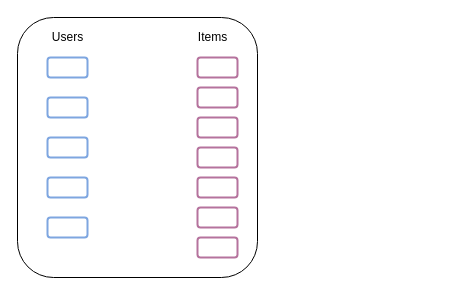
Before: GCN.drawio in hqius/draw, a draw.io diagram. Source tidied: cells renumbered, new cells numbered last; positions are measured from the earlier drawing's top-left corner, leaving out a move shared by most shapes. Both pictures are drawn from the tidied source at 100%, with x=0, y=0 at pixel (17, 17).
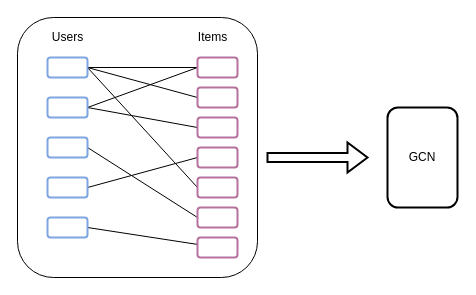
The same page after the edit.

The change refers to these unchanged cells:
```xml
<mxCell id="3" style="rounded=1;whiteSpace=wrap;html=1;strokeColor=#7EA6E0;strokeWidth=2;" parent="1" vertex="1">
  <mxGeometry x="30" y="40" width="40" height="20" as="geometry" />
</mxCell>
<mxCell id="4" style="rounded=1;whiteSpace=wrap;html=1;strokeColor=#7EA6E0;strokeWidth=2;" parent="1" vertex="1">
  <mxGeometry x="30" y="80" width="40" height="20" as="geometry" />
</mxCell>
<mxCell id="5" style="rounded=1;whiteSpace=wrap;html=1;strokeColor=#7EA6E0;strokeWidth=2;" parent="1" vertex="1">
  <mxGeometry x="30" y="120" width="40" height="20" as="geometry" />
</mxCell>
<mxCell id="6" style="rounded=1;whiteSpace=wrap;html=1;strokeColor=#7EA6E0;strokeWidth=2;" parent="1" vertex="1">
  <mxGeometry x="30" y="160" width="40" height="20" as="geometry" />
</mxCell>
<mxCell id="7" style="rounded=1;whiteSpace=wrap;html=1;strokeColor=#7EA6E0;strokeWidth=2;" parent="1" vertex="1">
  <mxGeometry x="30" y="200" width="40" height="20" as="geometry" />
</mxCell>
<mxCell id="9" style="rounded=1;whiteSpace=wrap;html=1;strokeWidth=2;strokeColor=#B5739D;" parent="1" vertex="1">
  <mxGeometry x="180" y="40" width="40" height="20" as="geometry" />
</mxCell>
<mxCell id="10" style="rounded=1;whiteSpace=wrap;html=1;strokeWidth=2;strokeColor=#B5739D;" parent="1" vertex="1">
  <mxGeometry x="180" y="70" width="40" height="20" as="geometry" />
</mxCell>
<mxCell id="11" style="rounded=1;whiteSpace=wrap;html=1;strokeWidth=2;strokeColor=#B5739D;" parent="1" vertex="1">
  <mxGeometry x="180" y="100" width="40" height="20" as="geometry" />
</mxCell>
<mxCell id="12" style="rounded=1;whiteSpace=wrap;html=1;strokeWidth=2;strokeColor=#B5739D;" parent="1" vertex="1">
  <mxGeometry x="180" y="130" width="40" height="20" as="geometry" />
</mxCell>
<mxCell id="13" style="rounded=1;whiteSpace=wrap;html=1;strokeWidth=2;strokeColor=#B5739D;" parent="1" vertex="1">
  <mxGeometry x="180" y="160" width="40" height="20" as="geometry" />
</mxCell>
<mxCell id="14" style="rounded=1;whiteSpace=wrap;html=1;strokeWidth=2;strokeColor=#B5739D;" parent="1" vertex="1">
  <mxGeometry x="180" y="190" width="40" height="20" as="geometry" />
</mxCell>
<mxCell id="15" style="rounded=1;whiteSpace=wrap;html=1;strokeWidth=2;strokeColor=#B5739D;" parent="1" vertex="1">
  <mxGeometry x="180" y="220" width="40" height="20" as="geometry" />
</mxCell>
```

Change to the diagram source:
```diff
@@
+    <mxCell id="17" style="rounded=0;jettySize=auto;html=1;exitX=1;exitY=0.5;exitDx=0;exitDy=0;entryX=0;entryY=0.5;entryDx=0;entryDy=0;endArrow=none;endFill=0;" parent="1" edge="1" source="3" target="9">
+      <mxGeometry relative="1" as="geometry" />
+    </mxCell>
+    <mxCell id="18" style="rounded=0;jettySize=auto;html=1;exitX=1;exitY=0.5;exitDx=0;exitDy=0;entryX=0;entryY=0.5;entryDx=0;entryDy=0;flowAnimation=0;endArrow=none;endFill=0;" parent="1" edge="1" source="3" target="10">
+      <mxGeometry relative="1" as="geometry" />
+    </mxCell>
+    <mxCell id="19" style="edgeStyle=none;rounded=0;jettySize=auto;html=1;exitX=1;exitY=0.5;exitDx=0;exitDy=0;entryX=0;entryY=0.5;entryDx=0;entryDy=0;endArrow=none;endFill=0;" parent="1" edge="1" source="3" target="13">
+      <mxGeometry relative="1" as="geometry" />
+    </mxCell>
@@
+    <mxCell id="20" style="edgeStyle=none;rounded=0;jettySize=auto;html=1;exitX=1;exitY=0.5;exitDx=0;exitDy=0;entryX=0;entryY=0.5;entryDx=0;entryDy=0;endArrow=none;endFill=0;" parent="1" edge="1" source="4" target="11">
+      <mxGeometry relative="1" as="geometry" />
+    </mxCell>
+    <mxCell id="21" style="edgeStyle=none;rounded=0;jettySize=auto;html=1;exitX=1;exitY=0.5;exitDx=0;exitDy=0;entryX=0;entryY=0.5;entryDx=0;entryDy=0;endArrow=none;endFill=0;" parent="1" edge="1" source="4" target="9">
+      <mxGeometry relative="1" as="geometry" />
+    </mxCell>
@@
+    <mxCell id="22" style="edgeStyle=none;rounded=0;jettySize=auto;html=1;exitX=1;exitY=0.5;exitDx=0;exitDy=0;entryX=0;entryY=0.5;entryDx=0;entryDy=0;endArrow=none;endFill=0;" parent="1" edge="1" source="5" target="14">
+      <mxGeometry relative="1" as="geometry" />
+    </mxCell>
@@
+    <mxCell id="23" style="edgeStyle=none;rounded=0;jettySize=auto;html=1;exitX=1;exitY=0.5;exitDx=0;exitDy=0;entryX=0;entryY=0.5;entryDx=0;entryDy=0;endArrow=none;endFill=0;" parent="1" edge="1" source="6" target="12">
+      <mxGeometry relative="1" as="geometry" />
+    </mxCell>
@@
+    <mxCell id="24" style="edgeStyle=none;rounded=0;jettySize=auto;html=1;exitX=1;exitY=0.5;exitDx=0;exitDy=0;endArrow=none;endFill=0;" parent="1" edge="1" source="7" target="15">
+      <mxGeometry relative="1" as="geometry" />
+    </mxCell>
@@
+    <mxCell id="25" value="GCN" style="rounded=1;whiteSpace=wrap;html=1;strokeWidth=2;" parent="1" vertex="1">
+      <mxGeometry x="370" y="90" width="70" height="100" as="geometry" />
+    </mxCell>
+    <mxCell id="26" style="shape=singleArrow;whiteSpace=wrap;html=1;strokeColor=#000000;strokeWidth=2;" parent="1" vertex="1">
+      <mxGeometry x="250" y="125" width="100" height="30" as="geometry" />
+    </mxCell>
```
